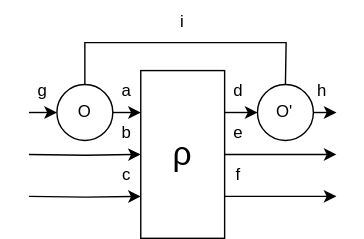
The draw.io diagram pennylane/devices/qubit_mixed/kraus.drawio.svg in PennyLaneAI/pennylane, before a commit. Source tidied: cells renumbered, new cells last; positions are measured from the earlier drawing's top-left corner, leaving out a move shared by most shapes.
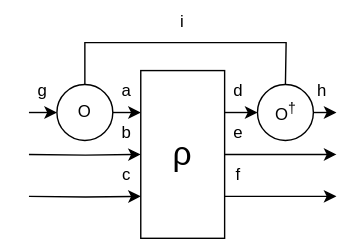
Above is the later version.

Change to the diagram source:
```diff
@@ -26,7 +26,7 @@
         <mxPoint x="240" y="80" as="targetPoint" />
       </mxGeometry>
     </mxCell>
-    <mxCell id="8" value="O'" style="ellipse;whiteSpace=wrap;html=1;" parent="2" vertex="1">
+    <mxCell id="8" value="O&lt;sup&gt;†&lt;/sup&gt;" style="ellipse;whiteSpace=wrap;html=1;" parent="2" vertex="1">
       <mxGeometry x="183.5" y="60" width="40" height="40" as="geometry" />
     </mxCell>
     <mxCell id="9" style="edgeStyle=orthogonalEdgeStyle;rounded=0;jettySize=auto;html=1;exitX=1;exitY=0.5;exitDx=0;exitDy=0;entryX=0;entryY=0.25;entryDx=0;entryDy=0;" parent="2" edge="1" source="10" target="6">
```
